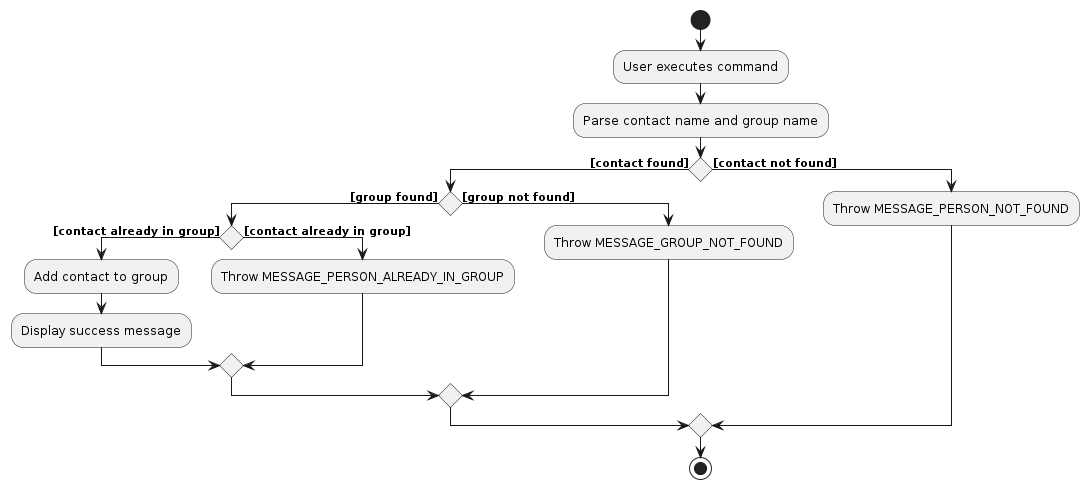
Above: diagrams/assign-group/GroupAssignActivityDiagram.png in AY2526S2-CS2103T-W11-2/tp (PlantUML), before the change. Its source is kept beside it as diagrams/assign-group/GroupAssignActivityDiagram.puml.
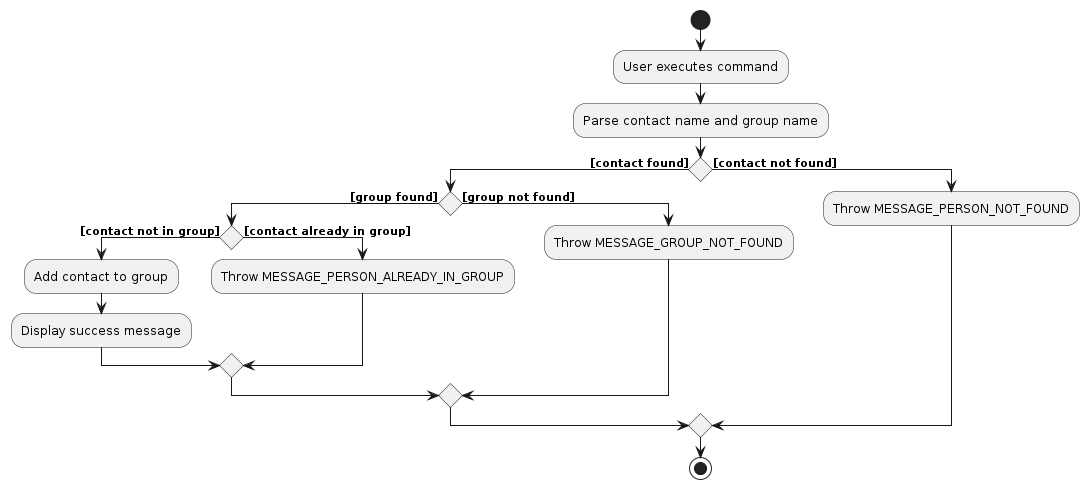
The same file after the commit.

What changed in the source:
```diff
@@ -8,7 +8,7 @@
 
 if () then ([contact found])
     if () then ([group found])
-        if () then ([contact already in group])
+        if () then ([contact not in group])
             :Add contact to group;
             :Display success message;
         else ([contact already in group])
```
